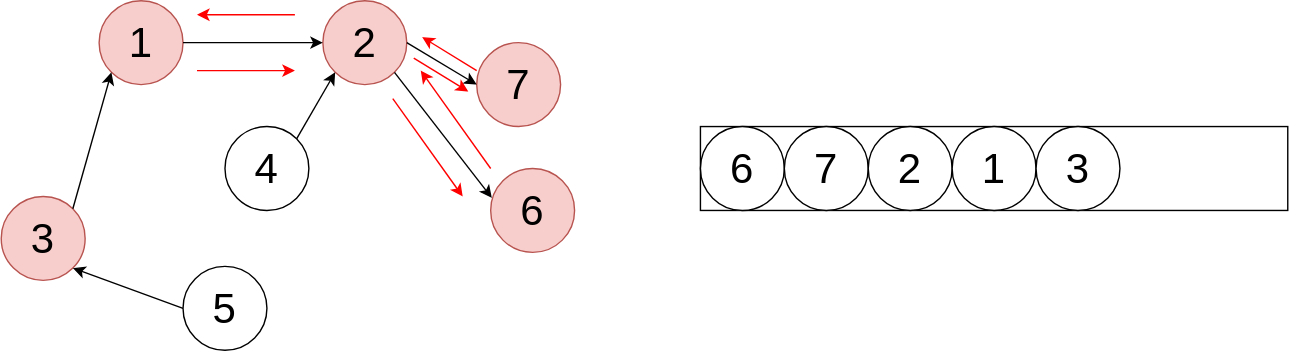
Before: static/img/svg/Algorithm/topological-sort/topological-sort-14.drawio.svg, a diagram exported from draw.io (koseki2580/study-docs). Source tidied: cells renumbered, new cells last; positions are measured from the earlier drawing's top-left corner, leaving out a move shared by most shapes. Its diagram source:
```xml
<mxGraphModel>
  <root>
    <mxCell id="0" />
    <mxCell id="1" parent="0" />
    <mxCell id="2" value="1" style="ellipse;whiteSpace=wrap;html=1;fontSize=30;fillColor=#f8cecc;strokeColor=#b85450;" parent="1" vertex="1">
      <mxGeometry x="70" width="60" height="60" as="geometry" />
    </mxCell>
    <mxCell id="3" value="2" style="ellipse;whiteSpace=wrap;html=1;fontSize=30;fillColor=#f8cecc;strokeColor=#b85450;" parent="1" vertex="1">
      <mxGeometry x="230" width="60" height="60" as="geometry" />
    </mxCell>
    <mxCell id="4" value="3" style="ellipse;whiteSpace=wrap;html=1;fontSize=30;fillColor=#f8cecc;strokeColor=#b85450;" parent="1" vertex="1">
      <mxGeometry y="140" width="60" height="60" as="geometry" />
    </mxCell>
    <mxCell id="5" value="5" style="ellipse;whiteSpace=wrap;html=1;fontSize=30;" parent="1" vertex="1">
      <mxGeometry x="130" y="190" width="60" height="60" as="geometry" />
    </mxCell>
    <mxCell id="6" value="7" style="ellipse;whiteSpace=wrap;html=1;fontSize=30;fillColor=#f8cecc;strokeColor=#b85450;" parent="1" vertex="1">
      <mxGeometry x="340" y="30" width="60" height="60" as="geometry" />
    </mxCell>
    <mxCell id="7" value="4" style="ellipse;whiteSpace=wrap;html=1;fontSize=30;" parent="1" vertex="1">
      <mxGeometry x="160" y="90" width="60" height="60" as="geometry" />
    </mxCell>
    <mxCell id="8" value="6" style="ellipse;whiteSpace=wrap;html=1;fontSize=30;fillColor=#f8cecc;strokeColor=#b85450;" parent="1" vertex="1">
      <mxGeometry x="350" y="120" width="60" height="60" as="geometry" />
    </mxCell>
    <mxCell id="9" style="endArrow=classic;html=1;fontSize=30;exitX=0;exitY=0.5;exitDx=0;exitDy=0;entryX=1;entryY=1;entryDx=0;entryDy=0;" parent="1" edge="1" source="5" target="4">
      <mxGeometry relative="1" as="geometry" />
    </mxCell>
    <mxCell id="10" style="endArrow=classic;html=1;fontSize=30;exitX=1;exitY=0;exitDx=0;exitDy=0;entryX=0;entryY=1;entryDx=0;entryDy=0;" parent="1" edge="1" source="4" target="2">
      <mxGeometry relative="1" as="geometry" />
    </mxCell>
    <mxCell id="11" style="endArrow=classic;html=1;fontSize=30;exitX=1;exitY=0;exitDx=0;exitDy=0;entryX=0;entryY=1;entryDx=0;entryDy=0;" parent="1" edge="1" source="7" target="3">
      <mxGeometry relative="1" as="geometry" />
    </mxCell>
    <mxCell id="12" style="endArrow=classic;html=1;fontSize=30;exitX=1;exitY=0.5;exitDx=0;exitDy=0;entryX=0;entryY=0.5;entryDx=0;entryDy=0;" parent="1" edge="1" source="2" target="3">
      <mxGeometry relative="1" as="geometry" />
    </mxCell>
    <mxCell id="13" style="endArrow=classic;html=1;fontSize=30;exitX=1;exitY=0.5;exitDx=0;exitDy=0;entryX=0;entryY=0.5;entryDx=0;entryDy=0;" parent="1" edge="1" source="3" target="6">
      <mxGeometry relative="1" as="geometry" />
    </mxCell>
    <mxCell id="14" style="endArrow=classic;html=1;fontSize=30;exitX=1;exitY=1;exitDx=0;exitDy=0;entryX=0.014;entryY=0.35;entryDx=0;entryDy=0;entryPerimeter=0;" parent="1" edge="1" source="3" target="8">
      <mxGeometry relative="1" as="geometry" />
    </mxCell>
    <mxCell id="15" style="endArrow=classic;html=1;strokeColor=#FF0000;" parent="1" edge="1">
      <mxGeometry relative="1" as="geometry">
        <mxPoint x="140" y="50" as="sourcePoint" />
        <mxPoint x="210" y="50" as="targetPoint" />
      </mxGeometry>
    </mxCell>
    <mxCell id="16" style="endArrow=classic;html=1;strokeColor=#FF0000;" parent="1" edge="1">
      <mxGeometry relative="1" as="geometry">
        <mxPoint x="280" y="70" as="sourcePoint" />
        <mxPoint x="330" y="140" as="targetPoint" />
      </mxGeometry>
    </mxCell>
    <mxCell id="17" style="endArrow=classic;html=1;strokeColor=#FF0000;" parent="1" edge="1">
      <mxGeometry relative="1" as="geometry">
        <mxPoint x="350" y="120" as="sourcePoint" />
        <mxPoint x="300" y="50" as="targetPoint" />
      </mxGeometry>
    </mxCell>
    <mxCell id="18" style="rounded=0;whiteSpace=wrap;html=1;strokeColor=default;fillColor=default;" parent="1" vertex="1">
      <mxGeometry x="500" y="90" width="420" height="60" as="geometry" />
    </mxCell>
    <mxCell id="19" value="6" style="ellipse;whiteSpace=wrap;html=1;fontSize=30;" parent="1" vertex="1">
      <mxGeometry x="500" y="90" width="60" height="60" as="geometry" />
    </mxCell>
    <mxCell id="20" style="endArrow=classic;html=1;strokeColor=#FF0000;" parent="1" edge="1">
      <mxGeometry relative="1" as="geometry">
        <mxPoint x="295" y="41" as="sourcePoint" />
        <mxPoint x="334" y="65" as="targetPoint" />
      </mxGeometry>
    </mxCell>
    <mxCell id="21" style="endArrow=classic;html=1;strokeColor=#FF0000;" parent="1" edge="1">
      <mxGeometry relative="1" as="geometry">
        <mxPoint x="340" y="50" as="sourcePoint" />
        <mxPoint x="301" y="26" as="targetPoint" />
      </mxGeometry>
    </mxCell>
    <mxCell id="22" value="7" style="ellipse;whiteSpace=wrap;html=1;fontSize=30;" parent="1" vertex="1">
      <mxGeometry x="560" y="90" width="60" height="60" as="geometry" />
    </mxCell>
    <mxCell id="23" style="endArrow=classic;html=1;strokeColor=#FF0000;" parent="1" edge="1">
      <mxGeometry relative="1" as="geometry">
        <mxPoint x="210" y="10" as="sourcePoint" />
        <mxPoint x="140" y="10" as="targetPoint" />
      </mxGeometry>
    </mxCell>
    <mxCell id="24" value="2" style="ellipse;whiteSpace=wrap;html=1;fontSize=30;" parent="1" vertex="1">
      <mxGeometry x="620" y="90" width="60" height="60" as="geometry" />
    </mxCell>
    <mxCell id="25" value="1" style="ellipse;whiteSpace=wrap;html=1;fontSize=30;" parent="1" vertex="1">
      <mxGeometry x="680" y="90" width="60" height="60" as="geometry" />
    </mxCell>
    <mxCell id="26" value="3" style="ellipse;whiteSpace=wrap;html=1;fontSize=30;" parent="1" vertex="1">
      <mxGeometry x="740" y="90" width="60" height="60" as="geometry" />
    </mxCell>
  </root>
</mxGraphModel>
```
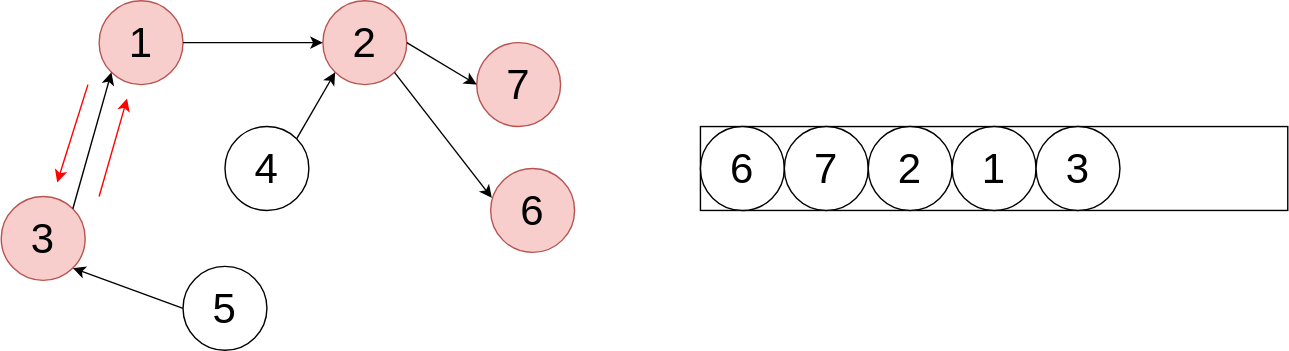
After the commit.

What changed in the source:
```diff
@@ -43,47 +43,23 @@
     </mxCell>
     <mxCell id="15" style="endArrow=classic;html=1;strokeColor=#FF0000;" parent="1" edge="1">
       <mxGeometry relative="1" as="geometry">
-        <mxPoint x="140" y="50" as="sourcePoint" />
-        <mxPoint x="210" y="50" as="targetPoint" />
+        <mxPoint x="70" y="140" as="sourcePoint" />
+        <mxPoint x="90" y="70" as="targetPoint" />
       </mxGeometry>
     </mxCell>
-    <mxCell id="16" style="endArrow=classic;html=1;strokeColor=#FF0000;" parent="1" edge="1">
-      <mxGeometry relative="1" as="geometry">
-        <mxPoint x="280" y="70" as="sourcePoint" />
-        <mxPoint x="330" y="140" as="targetPoint" />
-      </mxGeometry>
-    </mxCell>
-    <mxCell id="17" style="endArrow=classic;html=1;strokeColor=#FF0000;" parent="1" edge="1">
-      <mxGeometry relative="1" as="geometry">
-        <mxPoint x="350" y="120" as="sourcePoint" />
-        <mxPoint x="300" y="50" as="targetPoint" />
-      </mxGeometry>
-    </mxCell>
     <mxCell id="18" style="rounded=0;whiteSpace=wrap;html=1;strokeColor=default;fillColor=default;" parent="1" vertex="1">
       <mxGeometry x="500" y="90" width="420" height="60" as="geometry" />
     </mxCell>
     <mxCell id="19" value="6" style="ellipse;whiteSpace=wrap;html=1;fontSize=30;" parent="1" vertex="1">
       <mxGeometry x="500" y="90" width="60" height="60" as="geometry" />
     </mxCell>
-    <mxCell id="20" style="endArrow=classic;html=1;strokeColor=#FF0000;" parent="1" edge="1">
-      <mxGeometry relative="1" as="geometry">
-        <mxPoint x="295" y="41" as="sourcePoint" />
-        <mxPoint x="334" y="65" as="targetPoint" />
-      </mxGeometry>
-    </mxCell>
-    <mxCell id="21" style="endArrow=classic;html=1;strokeColor=#FF0000;" parent="1" edge="1">
-      <mxGeometry relative="1" as="geometry">
-        <mxPoint x="340" y="50" as="sourcePoint" />
-        <mxPoint x="301" y="26" as="targetPoint" />
-      </mxGeometry>
-    </mxCell>
     <mxCell id="22" value="7" style="ellipse;whiteSpace=wrap;html=1;fontSize=30;" parent="1" vertex="1">
       <mxGeometry x="560" y="90" width="60" height="60" as="geometry" />
     </mxCell>
     <mxCell id="23" style="endArrow=classic;html=1;strokeColor=#FF0000;" parent="1" edge="1">
       <mxGeometry relative="1" as="geometry">
-        <mxPoint x="210" y="10" as="sourcePoint" />
-        <mxPoint x="140" y="10" as="targetPoint" />
+        <mxPoint x="62" y="60" as="sourcePoint" />
+        <mxPoint x="40" y="130" as="targetPoint" />
       </mxGeometry>
     </mxCell>
     <mxCell id="24" value="2" style="ellipse;whiteSpace=wrap;html=1;fontSize=30;" parent="1" vertex="1">
```
